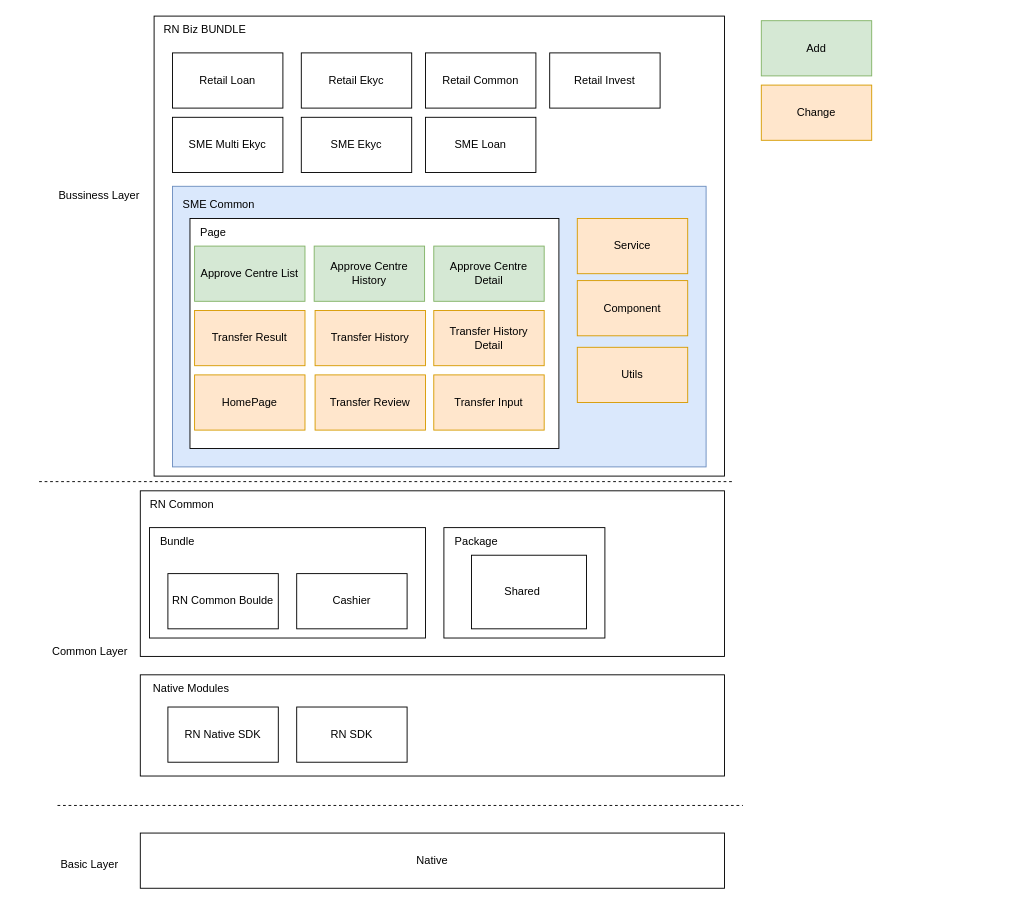
Above: page "第 1 页" (1 of 5) of approveCentre.drawio in RexYao97/sfrex (draw.io), before the change. Source tidied: cells renumbered, new cells numbered last; positions are measured from the earlier drawing's top-left corner, leaving out a move shared by most shapes. Both pictures are drawn from the tidied source at 92%, with x=0, y=0 at pixel (16, 16).
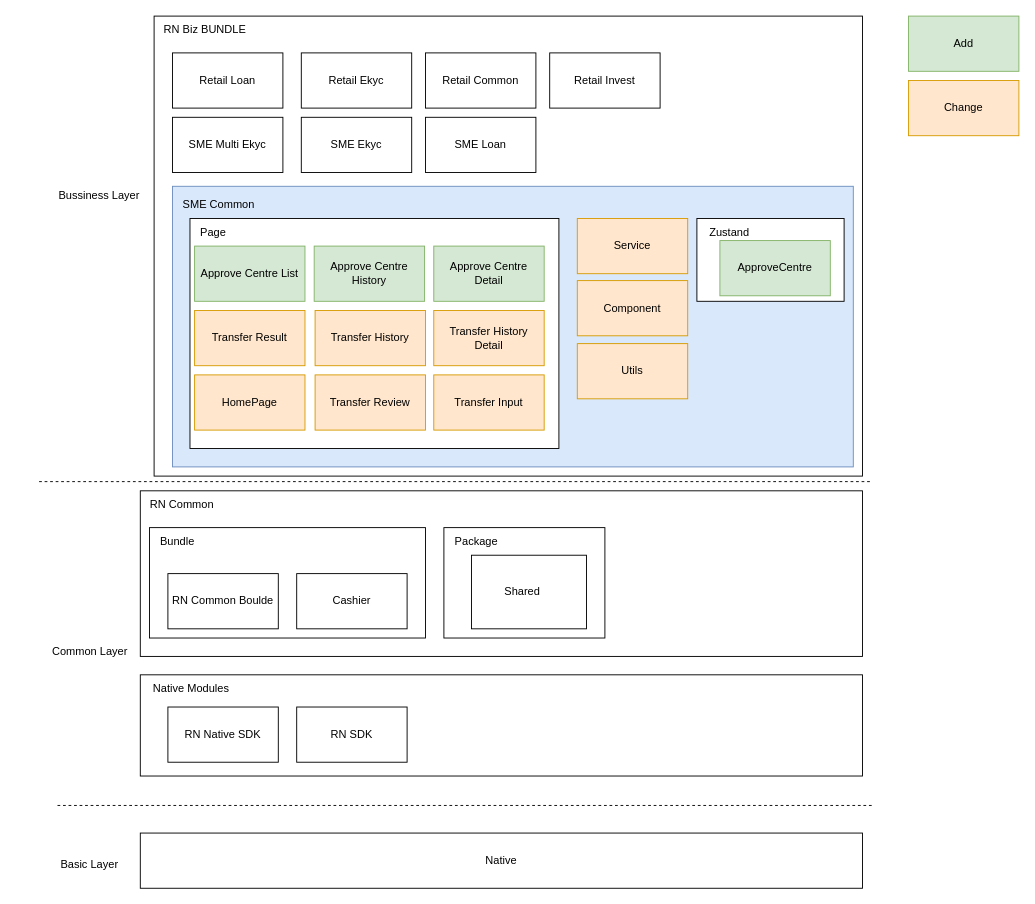
The same page after the edit.

What changed in the source:
```diff
@@
     <mxCell id="2" style="rounded=0;whiteSpace=wrap;html=1;" parent="1" vertex="1">
-      <mxGeometry x="135" y="516" width="635" height="180" as="geometry" />
+      <mxGeometry x="135" y="516" width="785" height="180" as="geometry" />
     </mxCell>
@@
     <mxCell id="4" style="endArrow=none;dashed=1;html=1;rounded=0;" parent="1" edge="1">
       <mxGeometry relative="1" as="geometry">
         <mxPoint x="25" y="506" as="sourcePoint" />
-        <mxPoint x="780" y="506" as="targetPoint" />
+        <mxPoint x="930" y="506" as="targetPoint" />
       </mxGeometry>
     </mxCell>
@@
     <mxCell id="6" style="rounded=0;whiteSpace=wrap;html=1;" parent="1" vertex="1">
-      <mxGeometry x="150" width="620" height="500" as="geometry" />
+      <mxGeometry x="150" width="770" height="500" as="geometry" />
     </mxCell>
@@
     <mxCell id="12" style="rounded=0;whiteSpace=wrap;html=1;fillColor=#dae8fc;strokeColor=#6c8ebf;" parent="1" vertex="1">
-      <mxGeometry x="170" y="185" width="580" height="305" as="geometry" />
+      <mxGeometry x="170" y="185" width="740" height="305" as="geometry" />
     </mxCell>
@@
     <mxCell id="25" style="rounded=0;whiteSpace=wrap;html=1;" parent="1" vertex="1">
-      <mxGeometry x="135" y="716" width="635" height="110" as="geometry" />
+      <mxGeometry x="135" y="716" width="785" height="110" as="geometry" />
     </mxCell>
@@
     <mxCell id="29" style="endArrow=none;dashed=1;html=1;rounded=0;" parent="1" edge="1">
       <mxGeometry relative="1" as="geometry">
         <mxPoint x="45" y="858" as="sourcePoint" />
-        <mxPoint x="790" y="858" as="targetPoint" />
+        <mxPoint x="930" y="858" as="targetPoint" />
       </mxGeometry>
     </mxCell>
@@
     <mxCell id="31" value="Native" style="rounded=0;whiteSpace=wrap;html=1;" parent="1" vertex="1">
-      <mxGeometry x="135" y="888" width="635" height="60" as="geometry" />
+      <mxGeometry x="135" y="888" width="785" height="60" as="geometry" />
     </mxCell>
@@
     <mxCell id="37" value="Add" style="rounded=0;whiteSpace=wrap;html=1;fillColor=#d5e8d4;strokeColor=#82b366;" parent="1" vertex="1">
-      <mxGeometry x="810" y="5" width="120" height="60" as="geometry" />
+      <mxGeometry x="970" width="120" height="60" as="geometry" />
     </mxCell>
@@
     <mxCell id="43" value="Change" style="rounded=0;whiteSpace=wrap;html=1;fillColor=#ffe6cc;strokeColor=#d79b00;" parent="1" vertex="1">
-      <mxGeometry x="810" y="75" width="120" height="60" as="geometry" />
+      <mxGeometry x="970" y="70" width="120" height="60" as="geometry" />
     </mxCell>
@@
     <mxCell id="46" value="Utils" style="rounded=0;whiteSpace=wrap;html=1;fillColor=#ffe6cc;strokeColor=#d79b00;" parent="1" vertex="1">
-      <mxGeometry x="610" y="360" width="120" height="60" as="geometry" />
+      <mxGeometry x="610" y="356" width="120" height="60" as="geometry" />
     </mxCell>
@@
+    <mxCell id="49" style="rounded=0;whiteSpace=wrap;html=1;" parent="1" vertex="1">
+      <mxGeometry x="740" y="220" width="160" height="90" as="geometry" />
+    </mxCell>
+    <mxCell id="50" value="Zustand" style="text;html=1;align=center;verticalAlign=middle;strokeColor=none;fillColor=none;" parent="1" vertex="1">
+      <mxGeometry x="740" y="220" width="70" height="30" as="geometry" />
+    </mxCell>
+    <mxCell id="51" value="ApproveCentre" style="rounded=0;whiteSpace=wrap;html=1;fillColor=#d5e8d4;strokeColor=#82b366;" parent="1" vertex="1">
+      <mxGeometry x="765" y="244" width="120" height="60" as="geometry" />
+    </mxCell>
```
